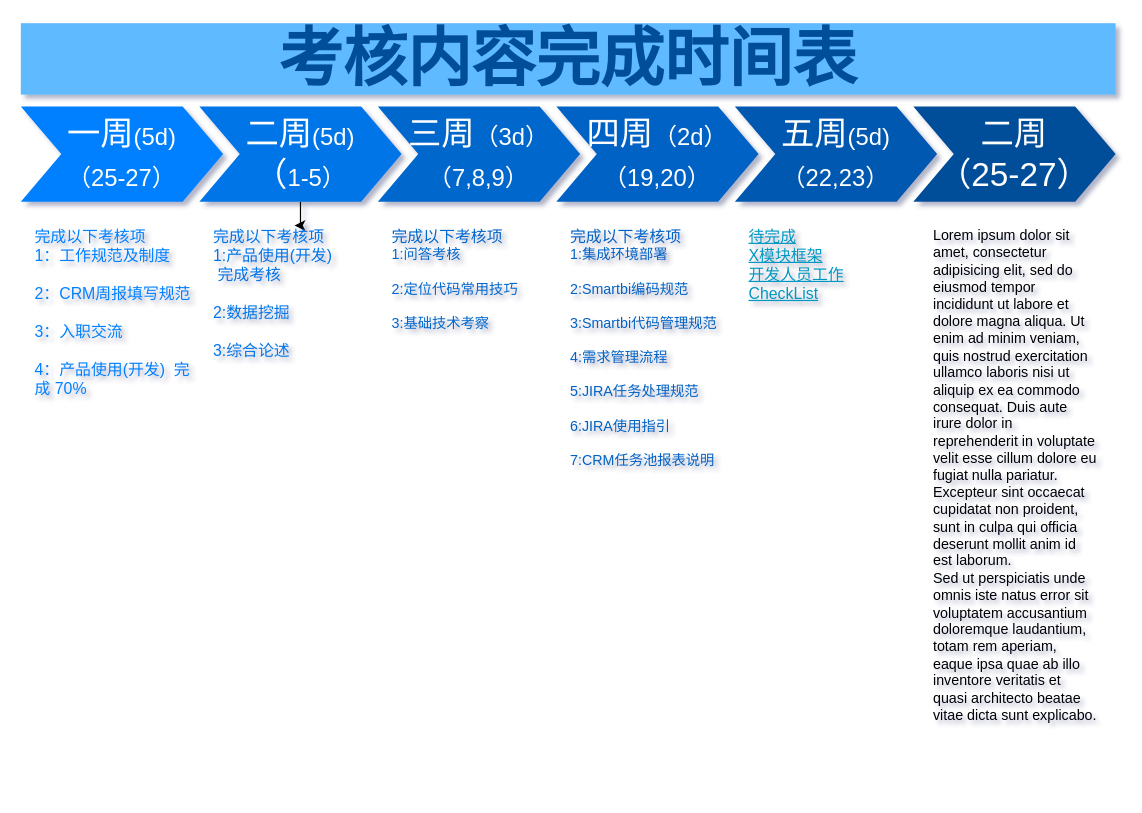
Earlier version of the draw.io diagram dir2/Untitled Diagram.drawio (liangrui1988/diagrams). Source tidied: cells renumbered, new cells numbered last; positions are measured from the earlier drawing's top-left corner, leaving out a move shared by most shapes. Both pictures are drawn from the tidied source at 119%, with x=0, y=0 at pixel (20, 23).
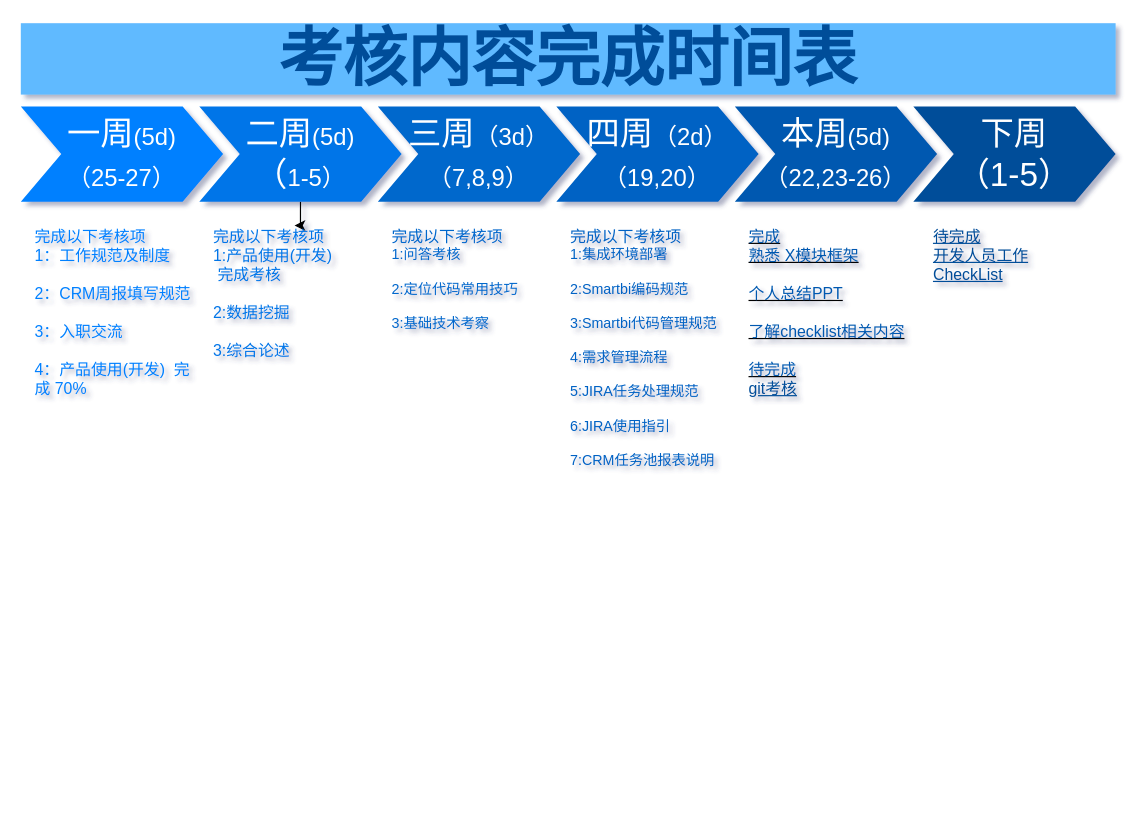
The same page after the edit.

Change to the diagram source:
```diff
@@
 <mxGraphModel background="#ffffff" shadow="1">
   <root>
     <mxCell id="0" />
     <mxCell id="1" parent="0" />
     <mxCell id="2" value="一周&lt;font style=&quot;font-size: 20px&quot;&gt;(5d)&lt;/font&gt;&lt;br&gt;&lt;font style=&quot;font-size: 20px&quot;&gt;（25-27）&lt;/font&gt;" style="shape=step;whiteSpace=wrap;html=1;fontSize=28;fontColor=#FFFFFF;strokeColor=none;fillColor=#0080FF;" parent="1" vertex="1">
       <mxGeometry y="70" width="170" height="80" as="geometry" />
     </mxCell>
     <mxCell id="3" style="edgeStyle=orthogonalEdgeStyle;rounded=0;jettySize=auto;html=1;" parent="1" edge="1" source="4" target="11">
       <mxGeometry relative="1" as="geometry" />
     </mxCell>
     <mxCell id="4" value="二周&lt;font style=&quot;font-size: 20px&quot;&gt;(5d)&lt;/font&gt;&lt;br&gt;（&lt;font style=&quot;font-size: 20px&quot;&gt;1-5）&lt;/font&gt;" style="shape=step;whiteSpace=wrap;html=1;fontSize=28;fontColor=#FFFFFF;strokeColor=none;fillColor=#0075E8;" parent="1" vertex="1">
       <mxGeometry x="150" y="70" width="170" height="80" as="geometry" />
     </mxCell>
     <mxCell id="5" value="&lt;font style=&quot;font-size: 28px&quot;&gt;三周&lt;/font&gt;&lt;font style=&quot;font-size: 20px&quot;&gt;（3d）&lt;br&gt;（7,8,9）&lt;/font&gt;" style="shape=step;whiteSpace=wrap;html=1;fontSize=28;fontColor=#FFFFFF;strokeColor=none;fillColor=#0067CC;" parent="1" vertex="1">
       <mxGeometry x="300" y="70" width="170" height="80" as="geometry" />
     </mxCell>
     <mxCell id="6" value="四周&lt;font style=&quot;font-size: 20px&quot;&gt;（2d）&lt;br&gt;（19,20）&lt;/font&gt;" style="shape=step;whiteSpace=wrap;html=1;fontSize=28;fontColor=#FFFFFF;strokeColor=none;fillColor=#0062C4;" parent="1" vertex="1">
       <mxGeometry x="450" y="70" width="170" height="80" as="geometry" />
     </mxCell>
-    <mxCell id="7" value="&lt;font style=&quot;font-size: 28px&quot;&gt;五周&lt;/font&gt;&lt;font style=&quot;font-size: 20px&quot;&gt;(5d)&lt;br&gt;（22,23）&lt;/font&gt;" style="shape=step;whiteSpace=wrap;html=1;fontSize=28;fillColor=#0059B0;fontColor=#FFFFFF;strokeColor=none;" parent="1" vertex="1">
+    <mxCell id="7" value="&lt;font style=&quot;font-size: 28px&quot;&gt;本周&lt;/font&gt;&lt;font style=&quot;font-size: 20px&quot;&gt;(5d)&lt;br&gt;（22,23-26）&lt;/font&gt;" style="shape=step;whiteSpace=wrap;html=1;fontSize=28;fontColor=#FFFFFF;strokeColor=none;fillColor=#0059B0;" parent="1" vertex="1">
       <mxGeometry x="600" y="70" width="170" height="80" as="geometry" />
     </mxCell>
-    <mxCell id="8" value="二周&lt;br&gt;（25-27）" style="shape=step;whiteSpace=wrap;html=1;fontSize=28;fillColor=#004D99;fontColor=#FFFFFF;strokeColor=none;" parent="1" vertex="1">
+    <mxCell id="8" value="下周&lt;br&gt;（1-5）" style="shape=step;whiteSpace=wrap;html=1;fontSize=28;fontColor=#FFFFFF;strokeColor=none;fillColor=#004D99;" parent="1" vertex="1">
       <mxGeometry x="750" y="70" width="170" height="80" as="geometry" />
     </mxCell>
     <mxCell id="9" value="考核内容完成时间表" style="text;html=1;strokeColor=none;fillColor=#61BAFF;align=center;verticalAlign=middle;whiteSpace=wrap;fontSize=54;fontStyle=1;fontColor=#004D99;" parent="1" vertex="1">
       <mxGeometry width="920" height="60" as="geometry" />
     </mxCell>
     <mxCell id="10" value="&lt;div&gt;&lt;font color=&quot;#0080ff&quot;&gt;&lt;span style=&quot;font-size: 13.3333px&quot;&gt;完成以下考核项&lt;/span&gt;&lt;span style=&quot;font-size: 13.3333px&quot;&gt;&lt;br&gt;&lt;/span&gt;&lt;/font&gt;&lt;/div&gt;&lt;div&gt;&lt;span style=&quot;font-size: 13.3333px&quot;&gt;&lt;font color=&quot;#0080ff&quot;&gt;1：工作规范及制度&lt;/font&gt;&lt;/span&gt;&lt;/div&gt;&lt;div&gt;&lt;span style=&quot;font-size: 13.3333px&quot;&gt;&lt;font color=&quot;#0080ff&quot;&gt;&lt;br&gt;&lt;/font&gt;&lt;/span&gt;&lt;/div&gt;&lt;div&gt;&lt;span style=&quot;font-size: 13.3333px&quot;&gt;&lt;font color=&quot;#0080ff&quot;&gt;2：CRM周报填写规范&lt;/font&gt;&lt;/span&gt;&lt;/div&gt;&lt;div&gt;&lt;span style=&quot;font-size: 13.3333px&quot;&gt;&lt;font color=&quot;#0080ff&quot;&gt;&lt;br&gt;&lt;/font&gt;&lt;/span&gt;&lt;/div&gt;&lt;div&gt;&lt;span style=&quot;font-size: 13.3333px&quot;&gt;&lt;font color=&quot;#0080ff&quot;&gt;3：入职交流&lt;/font&gt;&lt;/span&gt;&lt;/div&gt;&lt;div&gt;&lt;span style=&quot;font-size: 13.3333px&quot;&gt;&lt;font color=&quot;#0080ff&quot;&gt;&lt;br&gt;&lt;/font&gt;&lt;/span&gt;&lt;/div&gt;&lt;div&gt;&lt;span style=&quot;font-size: 13.3333px&quot;&gt;&lt;font color=&quot;#0080ff&quot;&gt;4：产品使用(开发)&amp;nbsp; 完成 70%&lt;/font&gt;&lt;/span&gt;&lt;/div&gt;" style="text;spacingTop=-5;fillColor=#ffffff;whiteSpace=wrap;html=1;align=left;fontSize=12;fontFamily=Helvetica;fillColor=none;strokeColor=none;" parent="1" vertex="1">
       <mxGeometry x="10" y="170" width="140" height="470" as="geometry" />
     </mxCell>
     <mxCell id="11" value="&lt;div&gt;&lt;span style=&quot;font-size: 13.3333px&quot;&gt;&lt;font color=&quot;#0075e8&quot;&gt;完成以下考核项&lt;/font&gt;&lt;/span&gt;&lt;/div&gt;&lt;div&gt;&lt;span style=&quot;font-size: 13.3333px&quot;&gt;&lt;font color=&quot;#0075e8&quot;&gt;1:产品使用(开发)&amp;nbsp; &amp;nbsp; &amp;nbsp; &amp;nbsp;完成考核&lt;/font&gt;&lt;/span&gt;&lt;/div&gt;&lt;div&gt;&lt;span style=&quot;font-size: 13.3333px&quot;&gt;&lt;font color=&quot;#0075e8&quot;&gt;&lt;br&gt;&lt;/font&gt;&lt;/span&gt;&lt;/div&gt;&lt;div&gt;&lt;span style=&quot;font-size: 13.3333px&quot;&gt;&lt;font color=&quot;#0075e8&quot;&gt;2:数据挖掘&lt;/font&gt;&lt;/span&gt;&lt;/div&gt;&lt;div&gt;&lt;span style=&quot;font-size: 13.3333px&quot;&gt;&lt;font color=&quot;#0075e8&quot;&gt;&lt;br&gt;&lt;/font&gt;&lt;/span&gt;&lt;/div&gt;&lt;div&gt;&lt;span style=&quot;font-size: 13.3333px&quot;&gt;&lt;font color=&quot;#0075e8&quot;&gt;3:综合论述&lt;/font&gt;&lt;/span&gt;&lt;/div&gt;&lt;div&gt;&lt;br&gt;&lt;/div&gt;" style="text;spacingTop=-5;fillColor=#ffffff;whiteSpace=wrap;html=1;align=left;fontSize=12;fontFamily=Helvetica;fillColor=none;strokeColor=none;" parent="1" vertex="1">
       <mxGeometry x="160" y="170" width="140" height="470" as="geometry" />
     </mxCell>
     <mxCell id="12" value="&lt;div&gt;&lt;font color=&quot;#0067cc&quot;&gt;&lt;span style=&quot;font-size: 13.3333px&quot;&gt;完成以下考核项&lt;/span&gt;&lt;br&gt;&lt;/font&gt;&lt;/div&gt;&lt;div&gt;&lt;font color=&quot;#0067cc&quot;&gt;1:问答考核&lt;/font&gt;&lt;/div&gt;&lt;div&gt;&lt;font color=&quot;#0067cc&quot;&gt;&lt;br&gt;&lt;/font&gt;&lt;/div&gt;&lt;div&gt;&lt;font color=&quot;#0067cc&quot;&gt;2:定位代码常用技巧&lt;/font&gt;&lt;/div&gt;&lt;div&gt;&lt;font color=&quot;#0067cc&quot;&gt;&lt;br&gt;&lt;/font&gt;&lt;/div&gt;&lt;div&gt;&lt;font color=&quot;#0067cc&quot;&gt;3:基础技术考察&lt;/font&gt;&lt;/div&gt;" style="text;spacingTop=-5;fillColor=#ffffff;whiteSpace=wrap;html=1;align=left;fontSize=12;fontFamily=Helvetica;fillColor=none;strokeColor=none;" parent="1" vertex="1">
       <mxGeometry x="310" y="170" width="140" height="470" as="geometry" />
     </mxCell>
     <mxCell id="13" value="&lt;div&gt;&lt;div&gt;&lt;font color=&quot;#0062c4&quot;&gt;&lt;span style=&quot;font-size: 13.3333px&quot;&gt;完成以下考核项&lt;/span&gt;&lt;br&gt;&lt;/font&gt;&lt;/div&gt;&lt;div&gt;&lt;font color=&quot;#0062c4&quot;&gt;1:集成环境部署&lt;span&gt; &lt;/span&gt;&amp;nbsp; &amp;nbsp;&lt;span&gt;     &lt;/span&gt;&lt;/font&gt;&lt;/div&gt;&lt;div&gt;&lt;font color=&quot;#0062c4&quot;&gt;&lt;br&gt;&lt;/font&gt;&lt;/div&gt;&lt;div&gt;&lt;font color=&quot;#0062c4&quot;&gt;2:Smartbi编码规范&lt;span&gt;      &lt;/span&gt;&lt;/font&gt;&lt;/div&gt;&lt;div&gt;&lt;font color=&quot;#0062c4&quot;&gt;&lt;br&gt;&lt;/font&gt;&lt;/div&gt;&lt;div&gt;&lt;font color=&quot;#0062c4&quot;&gt;3:Smartbi代码管理规范&lt;/font&gt;&lt;/div&gt;&lt;div&gt;&lt;font color=&quot;#0062c4&quot;&gt;&lt;span&gt;     &lt;/span&gt;&lt;/font&gt;&lt;/div&gt;&lt;div&gt;&lt;font color=&quot;#0062c4&quot;&gt;&lt;br&gt;&lt;/font&gt;&lt;/div&gt;&lt;div&gt;&lt;font color=&quot;#0062c4&quot;&gt;4:需求管理流程&lt;/font&gt;&lt;/div&gt;&lt;div&gt;&lt;font color=&quot;#0062c4&quot;&gt;&lt;br&gt;&lt;/font&gt;&lt;/div&gt;&lt;div&gt;&lt;font color=&quot;#0062c4&quot;&gt;5:JIRA任务处理规范&lt;/font&gt;&lt;/div&gt;&lt;div&gt;&lt;font color=&quot;#0062c4&quot;&gt;&lt;br&gt;&lt;/font&gt;&lt;/div&gt;&lt;div&gt;&lt;font color=&quot;#0062c4&quot;&gt;6:JIRA使用指引&lt;/font&gt;&lt;/div&gt;&lt;div&gt;&lt;font color=&quot;#0062c4&quot;&gt;&lt;br&gt;&lt;/font&gt;&lt;/div&gt;&lt;div&gt;&lt;font color=&quot;#0062c4&quot;&gt;7:CRM任务池报表说明&lt;/font&gt;&lt;/div&gt;&lt;/div&gt;&lt;div&gt;&lt;br&gt;&lt;/div&gt;" style="text;spacingTop=-5;fillColor=#ffffff;whiteSpace=wrap;html=1;align=left;fontSize=12;fontFamily=Helvetica;fillColor=none;strokeColor=none;" parent="1" vertex="1">
       <mxGeometry x="460" y="170" width="140" height="470" as="geometry" />
     </mxCell>
-    <mxCell id="14" value="&lt;div&gt;&lt;font color=&quot;#0097c2&quot;&gt;&lt;span style=&quot;font-size: 13.3333px&quot;&gt;&lt;u&gt;待完成&lt;/u&gt;&lt;/span&gt;&lt;/font&gt;&lt;/div&gt;&lt;div&gt;&lt;font color=&quot;#0097c2&quot;&gt;&lt;span style=&quot;font-size: 13.3333px&quot;&gt;&lt;u&gt;X模块框架&lt;/u&gt;&lt;/span&gt;&lt;/font&gt;&lt;/div&gt;&lt;div&gt;&lt;font color=&quot;#0097c2&quot;&gt;&lt;span style=&quot;font-size: 13.3333px&quot;&gt;&lt;u&gt;开发人员工作CheckList&lt;/u&gt;&lt;/span&gt;&lt;/font&gt;&lt;/div&gt;" style="text;spacingTop=-5;fillColor=#ffffff;whiteSpace=wrap;html=1;align=left;fontSize=12;fontFamily=Helvetica;fillColor=none;strokeColor=none;" parent="1" vertex="1">
+    <mxCell id="14" value="&lt;div&gt;&lt;span style=&quot;font-size: 13.3333px&quot;&gt;&lt;u&gt;&lt;font color=&quot;#0059b0&quot;&gt;完成&lt;/font&gt;&lt;/u&gt;&lt;/span&gt;&lt;/div&gt;&lt;div&gt;&lt;span style=&quot;font-size: 13.3333px&quot;&gt;&lt;u&gt;&lt;font color=&quot;#0059b0&quot;&gt;熟悉 X模块框架&lt;/font&gt;&lt;/u&gt;&lt;/span&gt;&lt;/div&gt;&lt;div&gt;&lt;span style=&quot;font-size: 13.3333px&quot;&gt;&lt;u&gt;&lt;font color=&quot;#0059b0&quot;&gt;&lt;br&gt;&lt;/font&gt;&lt;/u&gt;&lt;/span&gt;&lt;/div&gt;&lt;div&gt;&lt;span style=&quot;font-size: 13.3333px&quot;&gt;&lt;u&gt;&lt;font color=&quot;#0059b0&quot;&gt;个人总结PPT&lt;/font&gt;&lt;/u&gt;&lt;/span&gt;&lt;/div&gt;&lt;div&gt;&lt;span style=&quot;font-size: 13.3333px&quot;&gt;&lt;u&gt;&lt;font color=&quot;#0059b0&quot;&gt;&lt;br&gt;&lt;/font&gt;&lt;/u&gt;&lt;/span&gt;&lt;/div&gt;&lt;div&gt;&lt;span style=&quot;font-size: 13.3333px&quot;&gt;&lt;u&gt;&lt;font color=&quot;#0059b0&quot;&gt;了解checklist相关内容&lt;/font&gt;&lt;/u&gt;&lt;/span&gt;&lt;/div&gt;&lt;div&gt;&lt;span style=&quot;font-size: 13.3333px&quot;&gt;&lt;u&gt;&lt;font color=&quot;#0059b0&quot;&gt;&lt;br&gt;&lt;/font&gt;&lt;/u&gt;&lt;/span&gt;&lt;/div&gt;&lt;div&gt;&lt;span style=&quot;font-size: 13.3333px&quot;&gt;&lt;u&gt;&lt;font color=&quot;#0059b0&quot;&gt;待完成&lt;/font&gt;&lt;/u&gt;&lt;/span&gt;&lt;/div&gt;&lt;div&gt;&lt;u style=&quot;color: rgb(0 , 77 , 153) ; font-size: 13.3333px&quot;&gt;git考核&lt;/u&gt;&lt;span style=&quot;font-size: 13.3333px&quot;&gt;&lt;u&gt;&lt;font color=&quot;#0059b0&quot;&gt;&lt;br&gt;&lt;/font&gt;&lt;/u&gt;&lt;/span&gt;&lt;/div&gt;&lt;div&gt;&lt;br&gt;&lt;/div&gt;" style="text;spacingTop=-5;fillColor=#ffffff;whiteSpace=wrap;html=1;align=left;fontSize=12;fontFamily=Helvetica;fillColor=none;strokeColor=none;" parent="1" vertex="1">
       <mxGeometry x="610" y="170" width="140" height="470" as="geometry" />
     </mxCell>
-    <mxCell id="15" value="Lorem ipsum dolor sit amet, consectetur adipisicing elit, sed do eiusmod tempor incididunt ut labore et dolore magna aliqua. Ut enim ad minim veniam, quis nostrud exercitation ullamco laboris nisi ut aliquip ex ea commodo consequat. Duis aute irure dolor in reprehenderit in voluptate velit esse cillum dolore eu fugiat nulla pariatur. Excepteur sint occaecat cupidatat non proident, sunt in culpa qui officia deserunt mollit anim id est laborum.&lt;br&gt;Sed ut perspiciatis unde omnis iste natus error sit voluptatem accusantium doloremque laudantium, totam rem aperiam, eaque ipsa quae ab illo inventore veritatis et quasi architecto beatae vitae dicta sunt explicabo." style="text;spacingTop=-5;fillColor=#ffffff;whiteSpace=wrap;html=1;align=left;fontSize=12;fontFamily=Helvetica;fillColor=none;strokeColor=none;" parent="1" vertex="1">
+    <mxCell id="15" value="&lt;font color=&quot;#004d99&quot;&gt;&lt;u style=&quot;font-size: 13.3333px&quot;&gt;待完成&lt;/u&gt;&lt;u style=&quot;font-size: 13.3333px&quot;&gt;&lt;br&gt;开发人员工作CheckList&lt;/u&gt;&lt;/font&gt;" style="text;spacingTop=-5;fillColor=#ffffff;whiteSpace=wrap;html=1;align=left;fontSize=12;fontFamily=Helvetica;fillColor=none;strokeColor=none;" parent="1" vertex="1">
       <mxGeometry x="765" y="170" width="140" height="470" as="geometry" />
     </mxCell>
   </root>
 </mxGraphModel>
```
